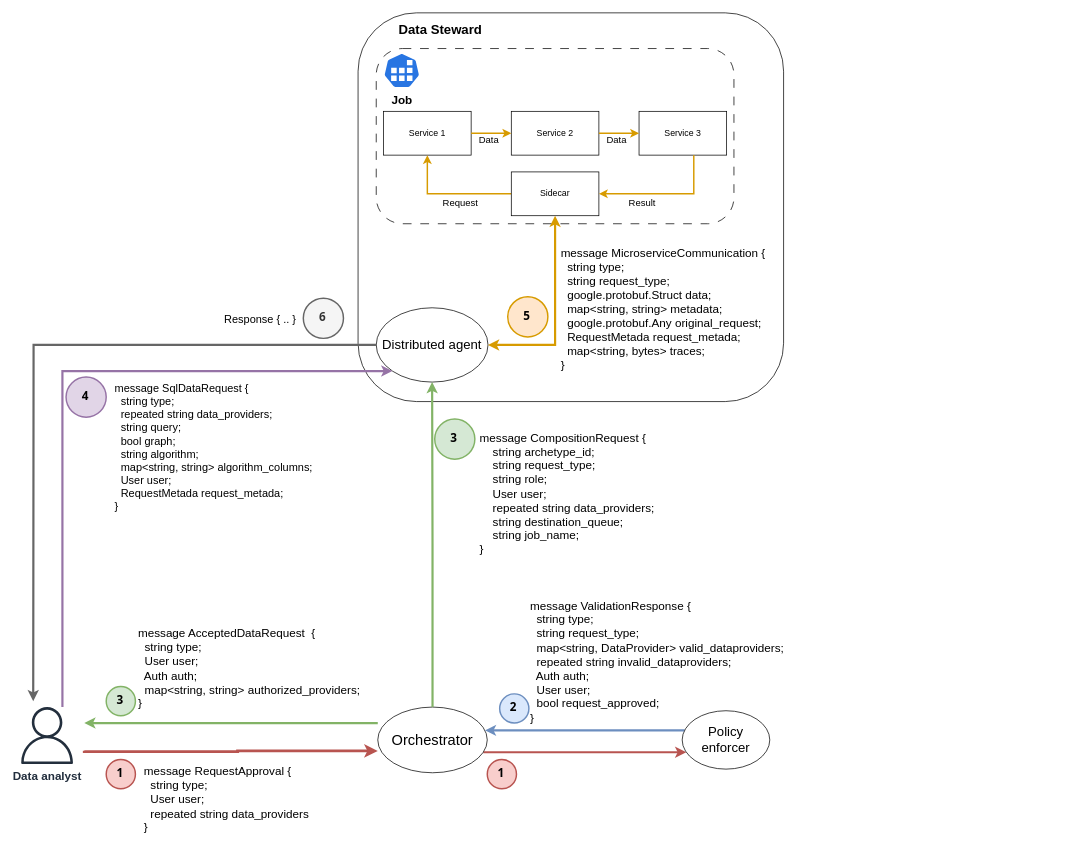
This is docs/drawio/dynamos/dynamos-generic-architecture.drawio from Jorrit05/DYNAMOS, a draw.io file, before an edit. Source tidied: cells renumbered, new cells numbered last; positions are measured from the earlier drawing's top-left corner, leaving out a move shared by most shapes. Both pictures are drawn from the tidied source at 73%, with x=0, y=0 at pixel (18, 12).
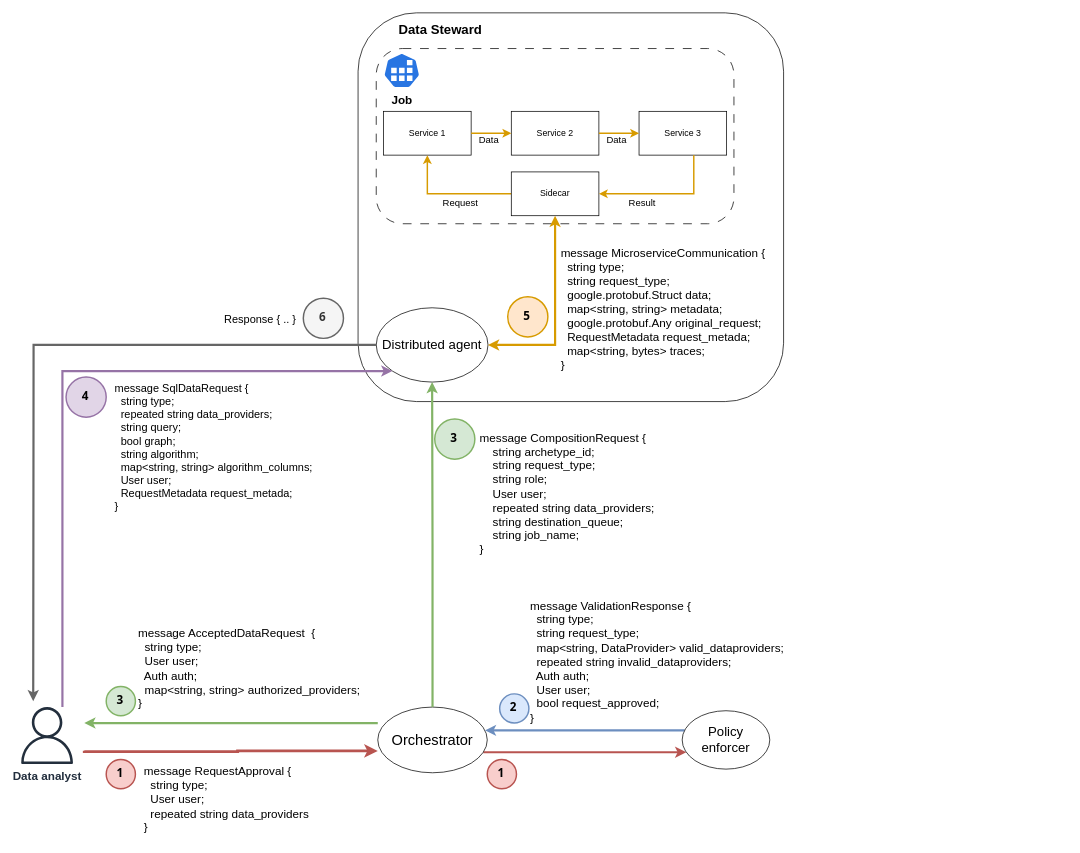
Above is the later version.

Unchanged cells that the change refers to:
```xml
<mxCell id="8" style="group;fillColor=none;strokeColor=none;" parent="1" vertex="1">
  <mxGeometry x="477.9" y="134.1" width="960" height="353.5" as="geometry" />
</mxCell>
```

The edit, as a diff of the source:
```diff
@@
-    <mxCell id="27" value="&lt;div style=&quot;font-size: 16px;&quot;&gt;&lt;div&gt;message MicroserviceCommunication {&lt;/div&gt;&lt;div&gt;&amp;nbsp; string type;&lt;/div&gt;&lt;div&gt;&amp;nbsp; string request_type;&lt;/div&gt;&lt;div&gt;&amp;nbsp; google.protobuf.Struct data;&lt;/div&gt;&lt;div&gt;&amp;nbsp; map&amp;lt;string, string&amp;gt; metadata;&lt;/div&gt;&lt;div&gt;&amp;nbsp; google.protobuf.Any original_request;&lt;/div&gt;&lt;div&gt;&amp;nbsp; RequestMetada request_metada;&lt;/div&gt;&lt;div&gt;&amp;nbsp; map&amp;lt;string, bytes&amp;gt; traces;&lt;/div&gt;&lt;div&gt;}&lt;/div&gt;&lt;/div&gt;" style="text;html=1;strokeColor=none;fillColor=none;align=left;verticalAlign=middle;whiteSpace=wrap;rounded=0;fontSize=16;" parent="8" vertex="1">
+    <mxCell id="27" value="&lt;div style=&quot;font-size: 16px;&quot;&gt;&lt;div&gt;message MicroserviceCommunication {&lt;/div&gt;&lt;div&gt;&amp;nbsp; string type;&lt;/div&gt;&lt;div&gt;&amp;nbsp; string request_type;&lt;/div&gt;&lt;div&gt;&amp;nbsp; google.protobuf.Struct data;&lt;/div&gt;&lt;div&gt;&amp;nbsp; map&amp;lt;string, string&amp;gt; metadata;&lt;/div&gt;&lt;div&gt;&amp;nbsp; google.protobuf.Any original_request;&lt;/div&gt;&lt;div&gt;&amp;nbsp; RequestMetadata request_metada;&lt;/div&gt;&lt;div&gt;&amp;nbsp; map&amp;lt;string, bytes&amp;gt; traces;&lt;/div&gt;&lt;div&gt;}&lt;/div&gt;&lt;/div&gt;" style="text;html=1;strokeColor=none;fillColor=none;align=left;verticalAlign=middle;whiteSpace=wrap;rounded=0;fontSize=16;" parent="8" vertex="1">
       <mxGeometry x="263.1" y="194.9" width="317.9" height="153.2" as="geometry" />
     </mxCell>
@@
-    <mxCell id="42" value="message SqlDataRequest {&#10;  string type;&#10;  repeated string data_providers;&#10;  string query;&#10;  bool graph;&#10;  string algorithm;&#10;  map&lt;string, string&gt; algorithm_columns;&#10;  User user;&#10;  RequestMetada request_metada;&#10;}" style="text;whiteSpace=wrap;fontSize=15;" parent="1" vertex="1">
+    <mxCell id="42" value="message SqlDataRequest {&#10;  string type;&#10;  repeated string data_providers;&#10;  string query;&#10;  bool graph;&#10;  string algorithm;&#10;  map&lt;string, string&gt; algorithm_columns;&#10;  User user;&#10;  RequestMetadata request_metada;&#10;}" style="text;whiteSpace=wrap;fontSize=15;" parent="1" vertex="1">
       <mxGeometry x="130" y="499" width="350" height="170" as="geometry" />
     </mxCell>
```
